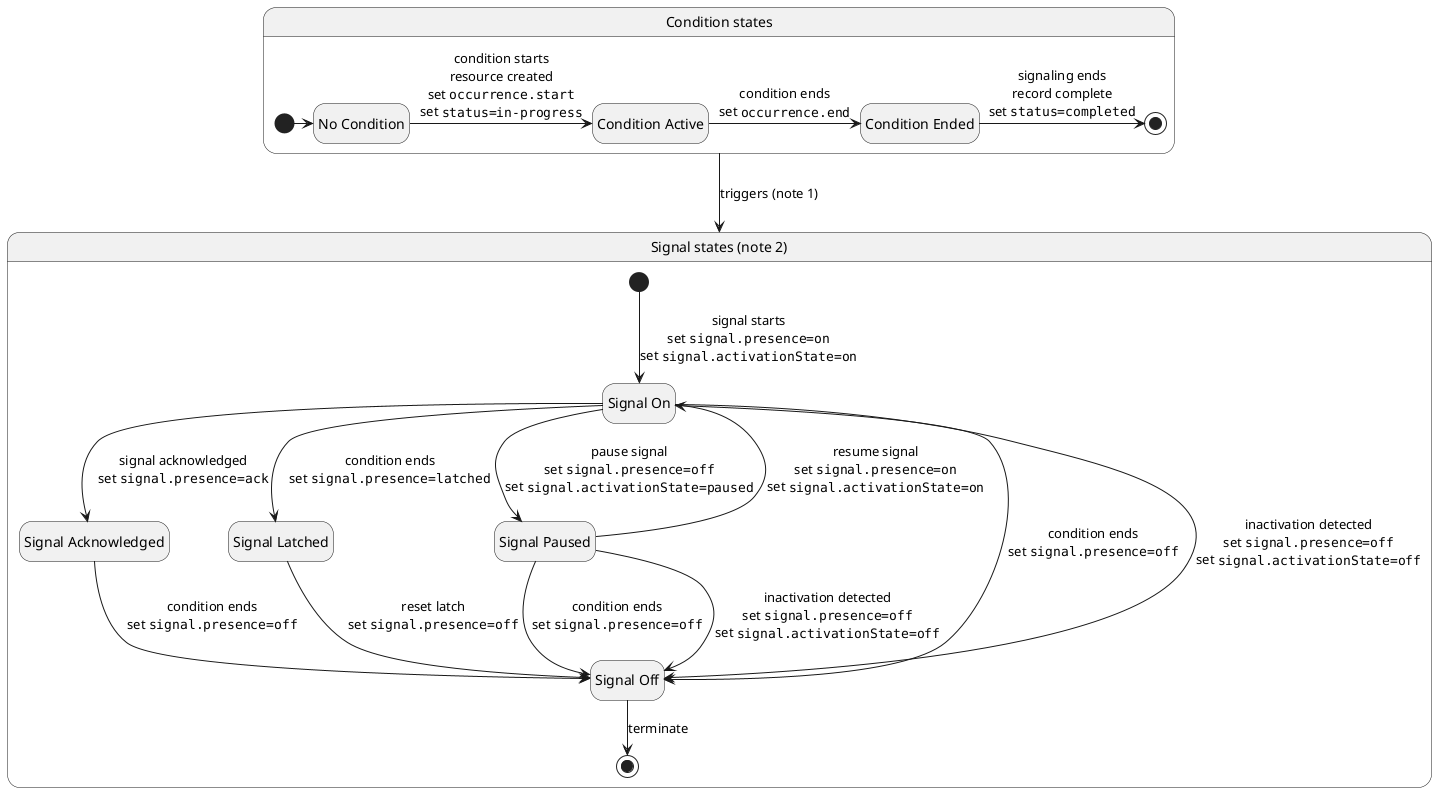
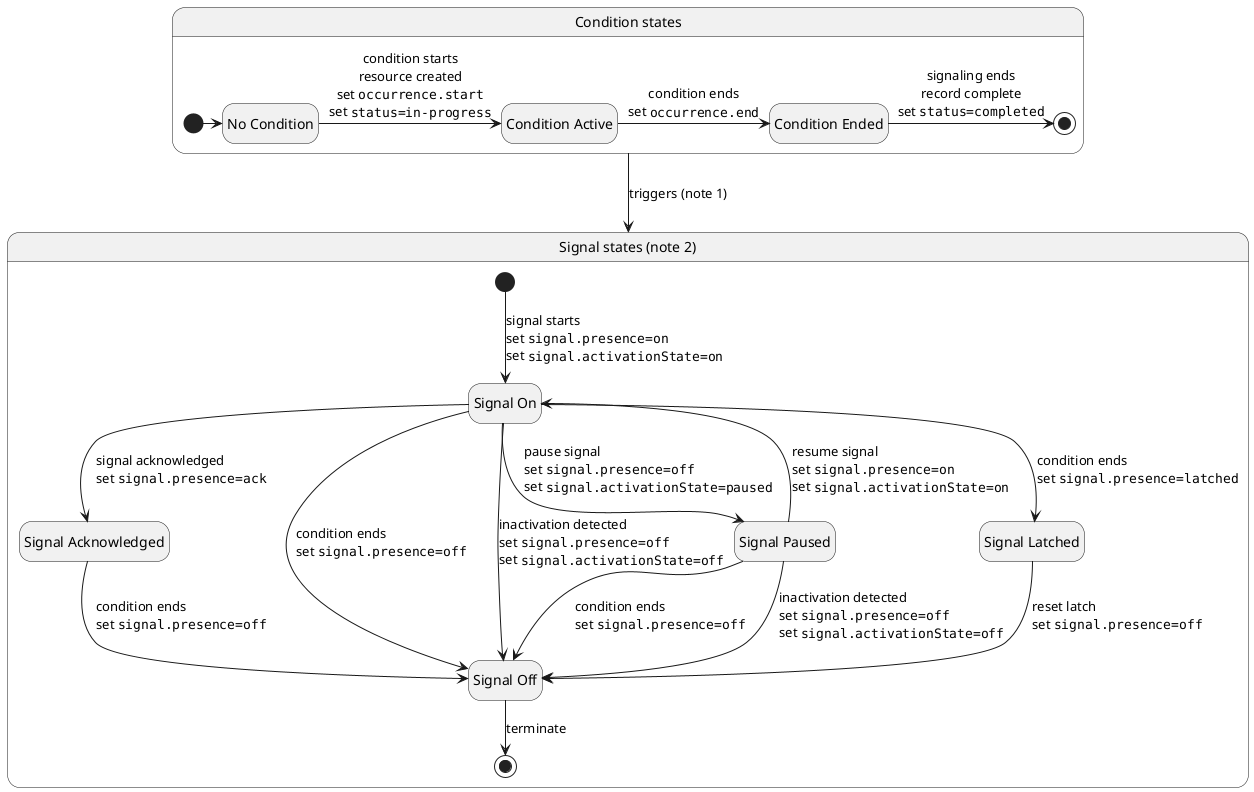
@startuml devicealert-state-machine

hide empty description

state Condition as "Condition states" {
  state NoCondition as "No Condition"
  state ConditionActive as "Condition Active"
  state ConditionEnded as "Condition Ended"
  [*]  -right-> NoCondition
  NoCondition -right-> ConditionActive : condition starts\nresource created\nset ""occurrence.start""\nset ""status=in-progress""
  ConditionActive -right-> ConditionEnded : condition ends\nset ""occurrence.end""
  ConditionEnded -right-> [*] : signaling ends\nrecord complete\nset ""status=completed""
}
state Signal as "Signal states (note 2)" {
  state SignalOn as "Signal On"
  state SignalAck as "Signal Acknowledged"
+   state SignalOff as "Signal Off"
+   state SignalPaused as "Signal Paused"
  state SignalLatched as "Signal Latched"
-   state SignalPaused as "Signal Paused"
-   state SignalOff as "Signal Off"
-   [*]  --> SignalOn : signal starts\nset ""signal.presence=on""\nset ""signal.activationState=on""
-   SignalOn -down-> SignalOff : condition ends\nset ""signal.presence=off""
-   SignalOn --> SignalAck : signal acknowledged\nset ""signal.presence=ack""
-   SignalOn --> SignalLatched : condition ends\nset ""signal.presence=latched""
-   SignalOn --> SignalPaused : pause signal\nset ""signal.presence=off""\nset ""signal.activationState=paused""
-   SignalOn --> SignalOff : inactivation detected\nset ""signal.presence=off""\nset ""signal.activationState=off""
-   SignalAck --> SignalOff : condition ends\nset ""signal.presence=off""
-   SignalLatched --> SignalOff : reset latch\nset ""signal.presence=off""
-   SignalPaused --> SignalOff : condition ends\nset ""signal.presence=off""
-   SignalPaused --> SignalOff : inactivation detected\nset ""signal.presence=off""\nset ""signal.activationState=off""
-   SignalPaused --> SignalOn : resume signal\nset ""signal.presence=on""\nset ""signal.activationState=on""
+   [*]  --> SignalOn : signal starts\lset ""signal.presence=on""\lset ""signal.activationState=on""
+   SignalOn --> SignalOff : condition ends\lset ""signal.presence=off""
+   SignalOn --> SignalAck : signal acknowledged\lset ""signal.presence=ack""
+   SignalOn --> SignalLatched : condition ends\lset ""signal.presence=latched""
+   SignalOn --> SignalPaused : pause signal\lset ""signal.presence=off""\lset ""signal.activationState=paused""
+   SignalOn --> SignalOff : inactivation detected\lset ""signal.presence=off""\lset ""signal.activationState=off""
+   SignalAck --> SignalOff : condition ends\lset ""signal.presence=off""
+   SignalLatched --> SignalOff : reset latch\lset ""signal.presence=off""
+   SignalPaused --> SignalOff : condition ends\lset ""signal.presence=off""
+   SignalPaused --> SignalOff : inactivation detected\lset ""signal.presence=off""\lset ""signal.activationState=off""
+   SignalPaused --> SignalOn : resume signal\lset ""signal.presence=on""\lset ""signal.activationState=on""
  SignalOff --> [*] : terminate
}
Condition --> Signal  : triggers (note 1)
@enduml